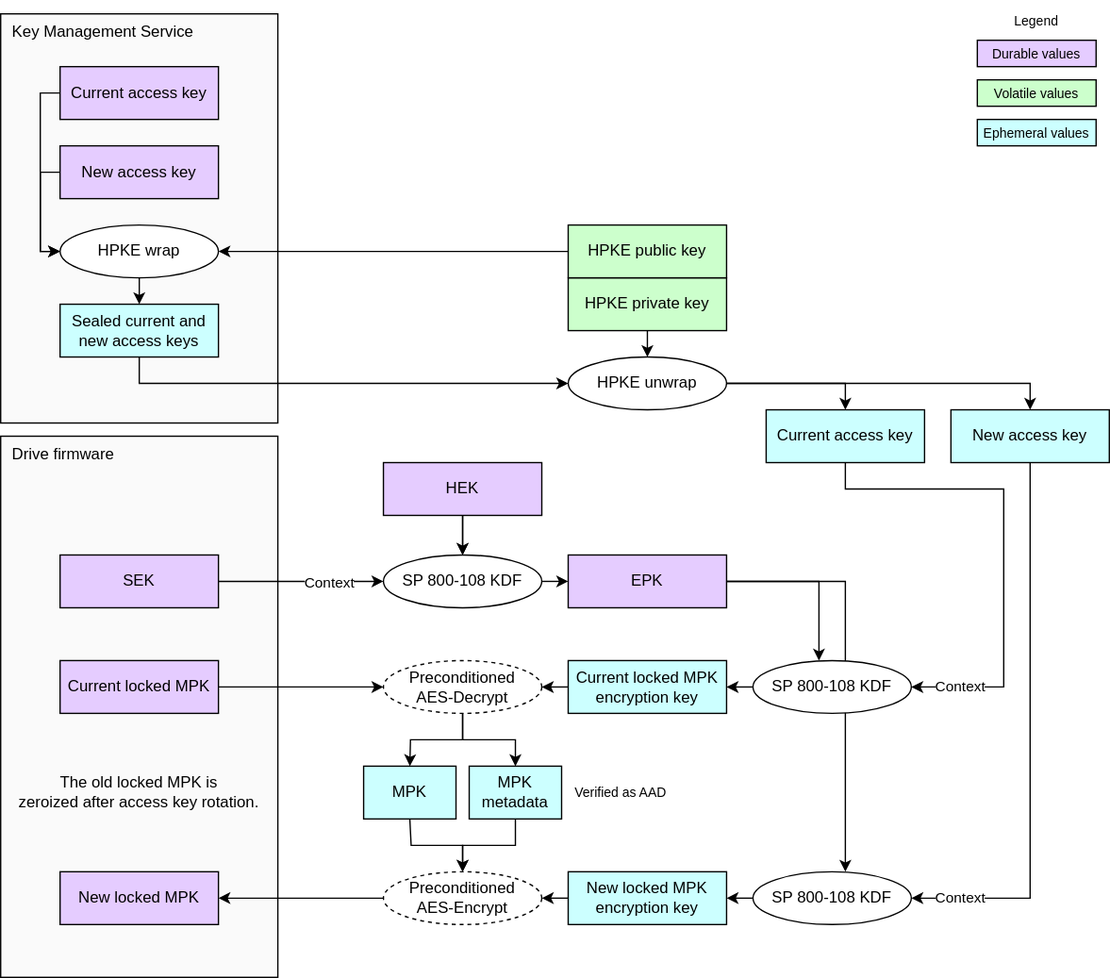
This is doc/ocp_lock/diagrams/mpk_access_key_rotation.drawio.svg from chipsalliance/Caliptra, a draw.io export, as it was before one commit. Source tidied: cells renumbered, new cells last; positions are measured from the earlier drawing's top-left corner, leaving out a move shared by most shapes.
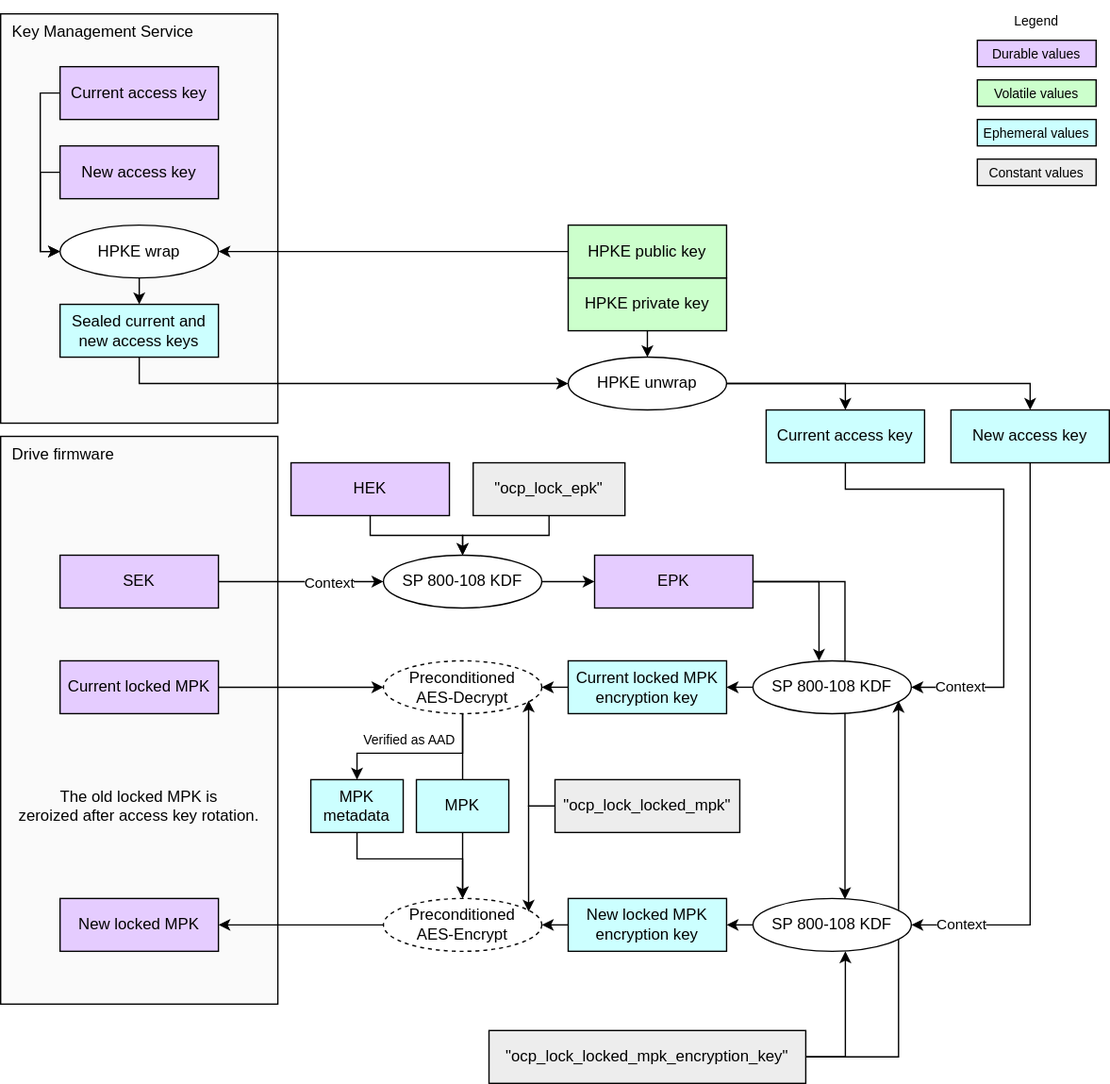
Above is the later version.

Commit message:
[OCP-LOCK]: Add KDF labels to diagrams (#632)

Diff of the diagram source:
```diff
@@ -2,14 +2,21 @@
   <root>
     <mxCell id="0" />
     <mxCell id="1" parent="0" />
+    <mxCell id="62" style="edgeStyle=orthogonalEdgeStyle;html=1;exitX=1;exitY=0.5;exitDx=0;exitDy=0;entryX=0.919;entryY=0.757;entryDx=0;entryDy=0;rounded=0;entryPerimeter=0;" parent="1" edge="1" source="68" target="55">
+      <mxGeometry relative="1" as="geometry">
+        <Array as="points">
+          <mxPoint x="680" y="800" />
+        </Array>
+      </mxGeometry>
+    </mxCell>
     <mxCell id="2" value="Drive firmware" style="rounded=0;whiteSpace=wrap;html=1;fillColor=#FAFAFA;strokeColor=#000000;align=left;verticalAlign=top;spacingLeft=7;" parent="1" vertex="1">
-      <mxGeometry y="330" width="210" height="410" as="geometry" />
+      <mxGeometry y="330" width="210" height="430" as="geometry" />
     </mxCell>
-    <mxCell id="3" style="edgeStyle=none;html=1;" parent="1" edge="1" source="4" target="13">
+    <mxCell id="3" style="edgeStyle=orthogonalEdgeStyle;html=1;rounded=0;curved=0;" parent="1" edge="1" source="4" target="13">
       <mxGeometry relative="1" as="geometry" />
     </mxCell>
     <mxCell id="4" value="&lt;div&gt;&lt;font color=&quot;#000000&quot;&gt;HEK&lt;/font&gt;&lt;/div&gt;" style="rounded=0;whiteSpace=wrap;html=1;align=center;verticalAlign=middle;shadow=0;glass=0;spacingLeft=0;spacingBottom=0;spacingTop=0;fillColor=#E5CCFF;" parent="1" vertex="1">
-      <mxGeometry x="290" y="350" width="120" height="40" as="geometry" />
+      <mxGeometry x="220" y="350" width="120" height="40" as="geometry" />
     </mxCell>
     <mxCell id="5" value="&lt;div&gt;&lt;font color=&quot;#000000&quot;&gt;Durable values&lt;/font&gt;&lt;/div&gt;" style="rounded=0;whiteSpace=wrap;html=1;align=center;verticalAlign=middle;shadow=0;glass=0;spacingLeft=0;spacingBottom=0;spacingTop=0;fillColor=#E5CCFF;fontSize=10;" parent="1" vertex="1">
       <mxGeometry x="740" y="30" width="90" height="20" as="geometry" />
@@ -39,11 +46,8 @@
       <mxGeometry x="290" y="420" width="120" height="40" as="geometry" />
     </mxCell>
     <mxCell id="14" value="&lt;div&gt;&lt;font color=&quot;#000000&quot;&gt;EPK&lt;/font&gt;&lt;/div&gt;" style="rounded=0;whiteSpace=wrap;html=1;align=center;verticalAlign=middle;shadow=0;glass=0;spacingLeft=0;spacingBottom=0;spacingTop=0;fillColor=#E5CCFF;" parent="1" vertex="1">
-      <mxGeometry x="430" y="420" width="120" height="40" as="geometry" />
+      <mxGeometry x="450" y="420" width="120" height="40" as="geometry" />
     </mxCell>
-    <mxCell id="15" style="edgeStyle=none;html=1;exitX=0.5;exitY=1;exitDx=0;exitDy=0;entryX=0.5;entryY=0;entryDx=0;entryDy=0;" parent="1" edge="1" source="4" target="13">
-      <mxGeometry relative="1" as="geometry" />
-    </mxCell>
     <mxCell id="16" value="Key Management Service" style="rounded=0;whiteSpace=wrap;html=1;fillColor=#FAFAFA;strokeColor=#000000;align=left;verticalAlign=top;spacingLeft=7;" parent="1" vertex="1">
       <mxGeometry y="10" width="210" height="310" as="geometry" />
     </mxCell>
@@ -114,7 +118,11 @@
       </mxGeometry>
     </mxCell>
     <mxCell id="33" style="edgeStyle=orthogonalEdgeStyle;html=1;exitX=0.5;exitY=1;exitDx=0;exitDy=0;entryX=1;entryY=0.5;entryDx=0;entryDy=0;rounded=0;" parent="1" edge="1" source="35" target="42">
-      <mxGeometry relative="1" as="geometry" />
+      <mxGeometry relative="1" as="geometry">
+        <Array as="points">
+          <mxPoint x="780" y="700" />
+        </Array>
+      </mxGeometry>
     </mxCell>
     <mxCell id="34" value="Context" style="edgeLabel;html=1;align=center;verticalAlign=middle;" parent="33" vertex="1">
       <mxGeometry x="0.88" relative="1" as="geometry">
@@ -137,13 +145,13 @@
       <mxGeometry relative="1" as="geometry" />
     </mxCell>
     <mxCell id="40" value="&lt;div&gt;&lt;font color=&quot;#000000&quot;&gt;New locked MPK encryption key&lt;/font&gt;&lt;/div&gt;" style="rounded=0;whiteSpace=wrap;html=1;align=center;verticalAlign=middle;shadow=0;glass=0;spacingLeft=0;spacingBottom=0;spacingTop=0;fillColor=#CCFFFF;" parent="1" vertex="1">
-      <mxGeometry x="430" y="660" width="120" height="40" as="geometry" />
+      <mxGeometry x="430" y="680" width="120" height="40" as="geometry" />
     </mxCell>
     <mxCell id="41" style="edgeStyle=none;html=1;" parent="1" edge="1" source="42" target="40">
       <mxGeometry relative="1" as="geometry" />
     </mxCell>
     <mxCell id="42" value="&lt;div&gt;SP 800-108 KDF&lt;/div&gt;" style="ellipse;whiteSpace=wrap;html=1;fillColor=#FFFFFF;" parent="1" vertex="1">
-      <mxGeometry x="570" y="660" width="120" height="40" as="geometry" />
+      <mxGeometry x="570" y="680" width="120" height="40" as="geometry" />
     </mxCell>
     <mxCell id="43" style="endArrow=classic;html=1;exitX=0;exitY=0.5;exitDx=0;exitDy=0;entryX=1;entryY=0.5;entryDx=0;entryDy=0;jumpStyle=gap;" parent="1" edge="1" source="55" target="38">
       <mxGeometry relative="1" as="geometry" />
@@ -152,49 +160,53 @@
       <mxGeometry x="290" y="500" width="120" height="40" as="geometry" />
     </mxCell>
     <mxCell id="45" value="Preconditioned&lt;div&gt;AES-Encrypt&lt;/div&gt;" style="ellipse;whiteSpace=wrap;html=1;fillColor=#FFFFFF;dashed=1;" parent="1" vertex="1">
-      <mxGeometry x="290" y="660" width="120" height="40" as="geometry" />
+      <mxGeometry x="290" y="680" width="120" height="40" as="geometry" />
     </mxCell>
-    <mxCell id="46" style="endArrow=none;html=1;exitX=0.5;exitY=0;exitDx=0;exitDy=0;entryX=0.5;entryY=1;entryDx=0;entryDy=0;startArrow=classic;startFill=1;endFill=0;rounded=0;edgeStyle=orthogonalEdgeStyle;" parent="1" edge="1" source="45">
-      <mxGeometry relative="1" as="geometry">
-        <mxPoint x="310" y="620" as="targetPoint" />
-        <Array as="points">
-          <mxPoint x="350" y="640" />
-          <mxPoint x="311" y="640" />
-          <mxPoint x="311" y="620" />
-        </Array>
-      </mxGeometry>
-    </mxCell>
-    <mxCell id="47" style="edgeStyle=orthogonalEdgeStyle;html=1;entryX=0.5;entryY=0;entryDx=0;entryDy=0;rounded=0;exitX=0.5;exitY=1;exitDx=0;exitDy=0;" parent="1" edge="1" source="44">
+    <mxCell id="47" style="edgeStyle=orthogonalEdgeStyle;html=1;entryX=0.5;entryY=0;entryDx=0;entryDy=0;rounded=0;exitX=0.5;exitY=1;exitDx=0;exitDy=0;" parent="1" edge="1" source="44" target="49">
       <mxGeometry relative="1" as="geometry">
-        <mxPoint x="310" y="580" as="targetPoint" />
+        <Array as="points">
+          <mxPoint x="350" y="570" />
+          <mxPoint x="270" y="570" />
+        </Array>
       </mxGeometry>
     </mxCell>
     <mxCell id="48" style="edgeStyle=orthogonalEdgeStyle;html=1;entryX=0.5;entryY=0;entryDx=0;entryDy=0;rounded=0;exitX=0.5;exitY=1;exitDx=0;exitDy=0;" parent="1" edge="1" source="44" target="51">
-      <mxGeometry relative="1" as="geometry" />
+      <mxGeometry relative="1" as="geometry">
+        <Array as="points">
+          <mxPoint x="350" y="630" />
+          <mxPoint x="350" y="630" />
+        </Array>
+      </mxGeometry>
     </mxCell>
+    <mxCell id="63" style="edgeStyle=orthogonalEdgeStyle;html=1;exitX=0.5;exitY=1;exitDx=0;exitDy=0;entryX=0.5;entryY=0;entryDx=0;entryDy=0;rounded=0;curved=0;" parent="1" edge="1" source="49" target="45">
+      <mxGeometry relative="1" as="geometry">
+        <Array as="points">
+          <mxPoint x="270" y="650" />
+          <mxPoint x="350" y="650" />
+        </Array>
+      </mxGeometry>
+    </mxCell>
-    <mxCell id="49" value="&lt;div&gt;&lt;font color=&quot;#000000&quot;&gt;MPK&lt;/font&gt;&lt;/div&gt;" style="rounded=0;whiteSpace=wrap;html=1;align=center;verticalAlign=middle;shadow=0;glass=0;spacingLeft=0;spacingBottom=0;spacingTop=0;fillColor=#CCFFFF;" parent="1" vertex="1">
-      <mxGeometry x="275" y="580" width="70" height="40" as="geometry" />
+    <mxCell id="49" value="&lt;div&gt;&lt;font color=&quot;#000000&quot;&gt;MPK metadata&lt;/font&gt;&lt;/div&gt;" style="rounded=0;whiteSpace=wrap;html=1;align=center;verticalAlign=middle;shadow=0;glass=0;spacingLeft=0;spacingBottom=0;spacingTop=0;fillColor=#CCFFFF;" parent="1" vertex="1">
+      <mxGeometry x="235" y="590" width="70" height="40" as="geometry" />
     </mxCell>
-    <mxCell id="50" style="edgeStyle=orthogonalEdgeStyle;html=1;exitX=0.5;exitY=1;exitDx=0;exitDy=0;entryX=0.5;entryY=0;entryDx=0;entryDy=0;rounded=0;" parent="1" edge="1" source="51" target="45">
+    <mxCell id="50" style="edgeStyle=none;html=1;exitX=0.5;exitY=1;exitDx=0;exitDy=0;entryX=0.5;entryY=0;entryDx=0;entryDy=0;" parent="1" edge="1" source="51" target="45">
       <mxGeometry relative="1" as="geometry" />
     </mxCell>
-    <mxCell id="51" value="&lt;div&gt;&lt;font color=&quot;#000000&quot;&gt;MPK metadata&lt;/font&gt;&lt;/div&gt;" style="rounded=0;whiteSpace=wrap;html=1;align=center;verticalAlign=middle;shadow=0;glass=0;spacingLeft=0;spacingBottom=0;spacingTop=0;fillColor=#CCFFFF;" parent="1" vertex="1">
-      <mxGeometry x="355" y="580" width="70" height="40" as="geometry" />
+    <mxCell id="51" value="&lt;div&gt;&lt;font color=&quot;#000000&quot;&gt;MPK&lt;/font&gt;&lt;/div&gt;" style="rounded=0;whiteSpace=wrap;html=1;align=center;verticalAlign=middle;shadow=0;glass=0;spacingLeft=0;spacingBottom=0;spacingTop=0;fillColor=#CCFFFF;" parent="1" vertex="1">
+      <mxGeometry x="315" y="590" width="70" height="40" as="geometry" />
     </mxCell>
     <mxCell id="52" value="Verified as AAD" style="text;strokeColor=none;align=center;fillColor=none;html=1;verticalAlign=middle;whiteSpace=wrap;rounded=0;fontSize=10;" parent="1" vertex="1">
-      <mxGeometry x="430" y="585" width="80" height="30" as="geometry" />
+      <mxGeometry x="270" y="545" width="80" height="30" as="geometry" />
     </mxCell>
-    <mxCell id="53" style="edgeStyle=orthogonalEdgeStyle;endArrow=classic;html=1;rounded=0;endSize=6;startSize=6;entryX=0.417;entryY=0;entryDx=0;entryDy=0;entryPerimeter=0;exitX=1;exitY=0.5;exitDx=0;exitDy=0;" parent="1" edge="1" source="14">
+    <mxCell id="53" style="edgeStyle=orthogonalEdgeStyle;endArrow=classic;html=1;rounded=0;endSize=6;startSize=6;entryX=0.417;entryY=0;entryDx=0;entryDy=0;entryPerimeter=0;exitX=1;exitY=0.5;exitDx=0;exitDy=0;" parent="1" edge="1" source="14" target="55">
       <mxGeometry relative="1" as="geometry">
-        <mxPoint x="620" y="500" as="targetPoint" />
         <Array as="points">
           <mxPoint x="620" y="440" />
         </Array>
       </mxGeometry>
     </mxCell>
-    <mxCell id="54" style="edgeStyle=orthogonalEdgeStyle;endArrow=classic;html=1;rounded=0;endSize=6;startSize=6;exitX=1;exitY=0.5;exitDx=0;exitDy=0;entryX=0.583;entryY=0;entryDx=0;entryDy=0;entryPerimeter=0;" parent="1" edge="1" source="14">
+    <mxCell id="54" style="edgeStyle=orthogonalEdgeStyle;endArrow=classic;html=1;rounded=0;endSize=6;startSize=6;exitX=1;exitY=0.5;exitDx=0;exitDy=0;entryX=0.581;entryY=0.014;entryDx=0;entryDy=0;entryPerimeter=0;" parent="1" edge="1" source="14" target="42">
       <mxGeometry relative="1" as="geometry">
-        <mxPoint x="640" y="660" as="targetPoint" />
         <Array as="points">
           <mxPoint x="640" y="440" />
         </Array>
@@ -213,13 +225,54 @@
       <mxGeometry relative="1" as="geometry" />
     </mxCell>
     <mxCell id="59" value="&lt;div&gt;&lt;font color=&quot;#000000&quot;&gt;New locked MPK&lt;/font&gt;&lt;/div&gt;" style="rounded=0;whiteSpace=wrap;html=1;align=center;verticalAlign=middle;shadow=0;glass=0;spacingLeft=0;spacingBottom=0;spacingTop=0;fillColor=#E5CCFF;" parent="1" vertex="1">
-      <mxGeometry x="45" y="660" width="120" height="40" as="geometry" />
+      <mxGeometry x="45" y="680" width="120" height="40" as="geometry" />
     </mxCell>
     <mxCell id="60" value="The old locked MPK is&lt;div&gt;zeroized after access key rotation.&lt;/div&gt;" style="text;strokeColor=none;align=center;fillColor=none;html=1;verticalAlign=middle;whiteSpace=wrap;rounded=0;fontSize=12;" parent="1" vertex="1">
-      <mxGeometry x="5" y="585" width="200" height="30" as="geometry" />
+      <mxGeometry x="5" y="595" width="200" height="30" as="geometry" />
     </mxCell>
     <mxCell id="61" style="html=1;exitX=1;exitY=0.5;exitDx=0;exitDy=0;entryX=0.5;entryY=0;entryDx=0;entryDy=0;rounded=0;edgeStyle=orthogonalEdgeStyle;" parent="1" edge="1" source="25" target="35">
       <mxGeometry relative="1" as="geometry" />
     </mxCell>
+    <mxCell id="64" value="&lt;div&gt;&lt;font color=&quot;#000000&quot;&gt;Constant values&lt;/font&gt;&lt;/div&gt;" style="rounded=0;whiteSpace=wrap;html=1;align=center;verticalAlign=middle;shadow=0;glass=0;spacingLeft=0;spacingBottom=0;spacingTop=0;fillColor=#EDEDED;fontSize=10;" parent="1" vertex="1">
+      <mxGeometry x="740" y="120" width="90" height="20" as="geometry" />
+    </mxCell>
+    <mxCell id="65" style="edgeStyle=orthogonalEdgeStyle;html=1;exitX=0.5;exitY=1;exitDx=0;exitDy=0;entryX=0.5;entryY=0;entryDx=0;entryDy=0;rounded=0;curved=0;" parent="1" edge="1" source="66" target="13">
+      <mxGeometry relative="1" as="geometry" />
+    </mxCell>
+    <mxCell id="66" value="&lt;div&gt;&lt;span style=&quot;background-color: transparent;&quot;&gt;&quot;ocp_lock_epk&quot;&lt;/span&gt;&lt;/div&gt;" style="rounded=0;whiteSpace=wrap;html=1;align=center;verticalAlign=middle;shadow=0;glass=0;spacingLeft=0;spacingBottom=0;spacingTop=0;fillColor=#EDEDED;" parent="1" vertex="1">
+      <mxGeometry x="358" y="350" width="115" height="40" as="geometry" />
+    </mxCell>
+    <mxCell id="67" style="edgeStyle=orthogonalEdgeStyle;html=1;exitX=1;exitY=0.5;exitDx=0;exitDy=0;rounded=0;" parent="1" edge="1" source="68">
+      <mxGeometry relative="1" as="geometry">
+        <mxPoint x="640" y="720" as="targetPoint" />
+        <Array as="points">
+          <mxPoint x="640" y="800" />
+        </Array>
+      </mxGeometry>
+    </mxCell>
+    <mxCell id="68" value="&lt;div&gt;&lt;span style=&quot;background-color: transparent;&quot;&gt;&quot;ocp_lock_locked_mpk_encryption_key&quot;&lt;/span&gt;&lt;/div&gt;" style="rounded=0;whiteSpace=wrap;html=1;align=center;verticalAlign=middle;shadow=0;glass=0;spacingLeft=0;spacingBottom=0;spacingTop=0;fillColor=#EDEDED;" parent="1" vertex="1">
+      <mxGeometry x="370" y="780" width="240" height="40" as="geometry" />
+    </mxCell>
+    <mxCell id="69" value="&lt;div&gt;&lt;span style=&quot;background-color: transparent;&quot;&gt;&quot;ocp_lock_locked_mpk&quot;&lt;/span&gt;&lt;/div&gt;" style="rounded=0;whiteSpace=wrap;html=1;align=center;verticalAlign=middle;shadow=0;glass=0;spacingLeft=0;spacingBottom=0;spacingTop=0;fillColor=#EDEDED;" parent="1" vertex="1">
+      <mxGeometry x="420" y="590" width="140" height="40" as="geometry" />
+    </mxCell>
+    <mxCell id="70" style="edgeStyle=orthogonalEdgeStyle;html=1;exitX=0;exitY=0.5;exitDx=0;exitDy=0;rounded=0;" parent="1" edge="1" source="69">
+      <mxGeometry relative="1" as="geometry">
+        <mxPoint x="400" y="530" as="targetPoint" />
+        <Array as="points">
+          <mxPoint x="400" y="610" />
+          <mxPoint x="400" y="530" />
+        </Array>
+      </mxGeometry>
+    </mxCell>
+    <mxCell id="71" style="edgeStyle=orthogonalEdgeStyle;html=1;exitX=0;exitY=0.5;exitDx=0;exitDy=0;rounded=0;" parent="1" edge="1" source="69">
+      <mxGeometry relative="1" as="geometry">
+        <mxPoint x="400" y="690" as="targetPoint" />
+        <Array as="points">
+          <mxPoint x="400" y="610" />
+          <mxPoint x="400" y="689" />
+        </Array>
+      </mxGeometry>
+    </mxCell>
   </root>
 </mxGraphModel>
```
